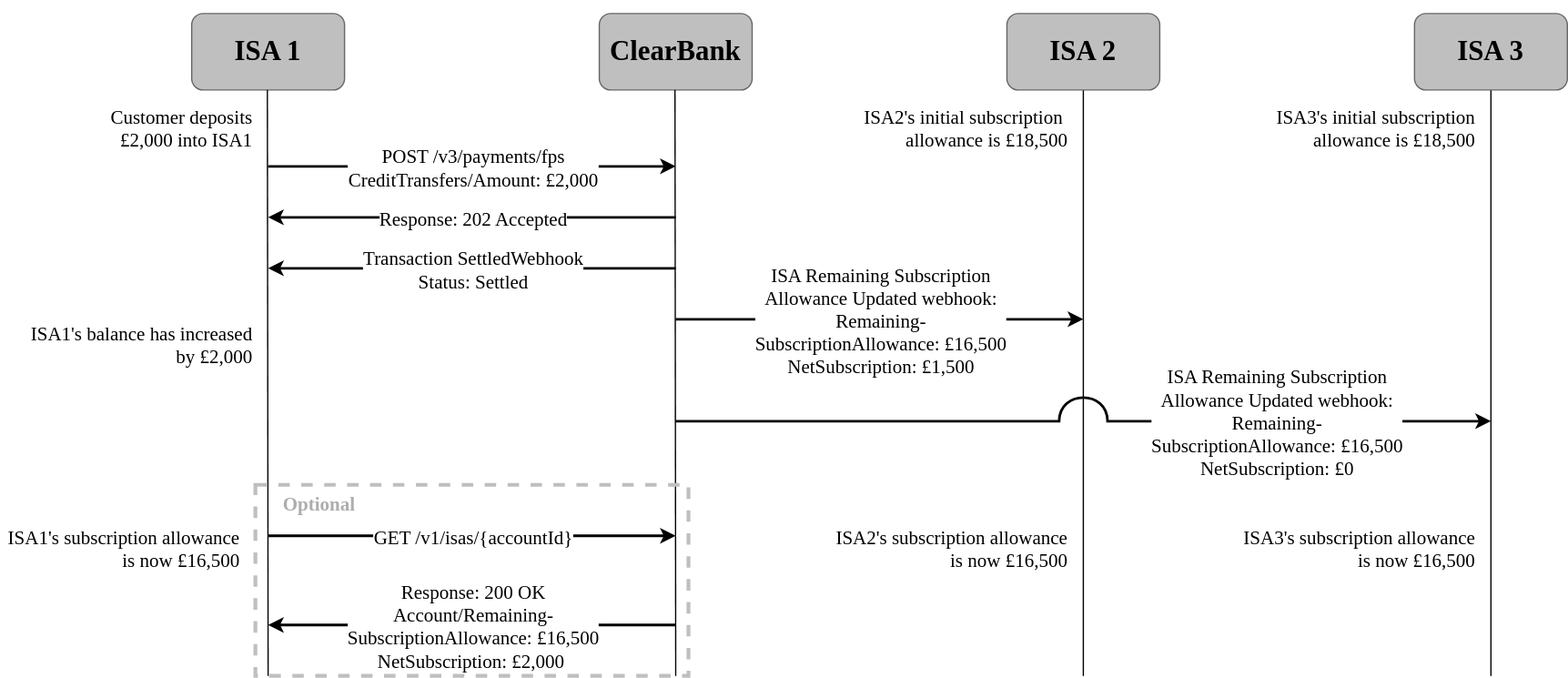
Before: static/assets/images/cash-isa-subscription-updated.svg, a diagram exported from draw.io (clearbank/clearbank.github.io). Source tidied: cells renumbered, new cells last; positions are measured from the earlier drawing's top-left corner, leaving out a move shared by most shapes.
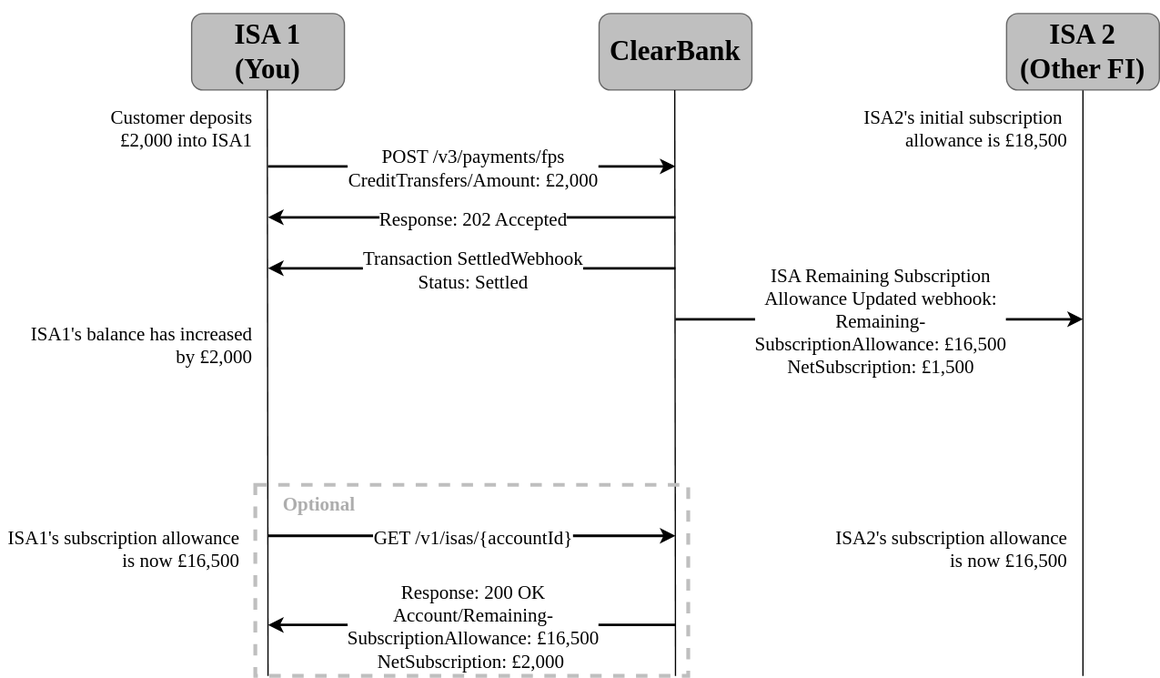
After the change.

Change to the diagram source:
```diff
@@ -14,7 +14,7 @@
         </Array>
       </mxGeometry>
     </mxCell>
-    <mxCell id="4" value="ISA 1" style="rounded=1;whiteSpace=wrap;html=1;strokeColor=#666666;fillColor=#BFBFBF;gradientColor=none;fontFamily=Clear Sans Display;fontStyle=1;fontSize=22;" parent="1" vertex="1">
+    <mxCell id="4" value="ISA 1&lt;br&gt;(You)" style="rounded=1;whiteSpace=wrap;html=1;strokeColor=#666666;fillColor=#BFBFBF;gradientColor=none;fontFamily=Clear Sans Display;fontStyle=1;fontSize=22;" parent="1" vertex="1">
       <mxGeometry x="150" y="10" width="120" height="60" as="geometry" />
     </mxCell>
     <mxCell id="5" style="endArrow=classic;html=1;rounded=0;strokeWidth=2;fontFamily=Clear Sans Text;" parent="1" edge="1">
@@ -50,7 +50,7 @@
         <mxPoint x="850" y="530" as="targetPoint" />
       </mxGeometry>
     </mxCell>
-    <mxCell id="12" value="ISA 2" style="rounded=1;whiteSpace=wrap;html=1;strokeColor=#666666;fillColor=#BFBFBF;gradientColor=none;fontFamily=Clear Sans Display;fontStyle=1;fontSize=22;" parent="1" vertex="1">
+    <mxCell id="12" value="ISA 2&lt;br&gt;(Other FI)" style="rounded=1;whiteSpace=wrap;html=1;strokeColor=#666666;fillColor=#BFBFBF;gradientColor=none;fontFamily=Clear Sans Display;fontStyle=1;fontSize=22;" parent="1" vertex="1">
       <mxGeometry x="790" y="10" width="120" height="60" as="geometry" />
     </mxCell>
     <mxCell id="13" style="edgeStyle=orthogonalEdgeStyle;rounded=0;orthogonalLoop=1;jettySize=auto;html=1;endArrow=none;endFill=0;fontFamily=Clear Sans Text;" parent="1" edge="1">
@@ -62,14 +62,6 @@
         </Array>
       </mxGeometry>
     </mxCell>
-    <mxCell id="14" style="edgeStyle=orthogonalEdgeStyle;rounded=0;jettySize=auto;html=1;endArrow=none;endFill=0;fontFamily=Clear Sans Text;" parent="1" edge="1" source="15">
-      <mxGeometry relative="1" as="geometry">
-        <mxPoint x="1170" y="530" as="targetPoint" />
-      </mxGeometry>
-    </mxCell>
-    <mxCell id="15" value="ISA 3" style="rounded=1;whiteSpace=wrap;html=1;strokeColor=#666666;fillColor=#BFBFBF;gradientColor=none;fontFamily=Clear Sans Display;fontStyle=1;fontSize=22;" parent="1" vertex="1">
-      <mxGeometry x="1110" y="10" width="120" height="60" as="geometry" />
-    </mxCell>
     <mxCell id="16" style="endArrow=classic;html=1;rounded=0;strokeWidth=2;fontFamily=Clear Sans Text;" parent="1" edge="1">
       <mxGeometry relative="1" as="geometry">
         <mxPoint x="530" y="210" as="sourcePoint" />
@@ -95,26 +87,9 @@
     <mxCell id="20" value="ISA2's initial subscription&amp;nbsp; allowance is £18,500" style="text;html=1;strokeColor=none;fillColor=none;align=right;verticalAlign=middle;whiteSpace=wrap;rounded=0;fontFamily=Clear Sans Text;fontSize=15;labelBackgroundColor=default;" parent="1" vertex="1">
       <mxGeometry x="650" y="80" width="190" height="40" as="geometry" />
     </mxCell>
-    <mxCell id="21" value="ISA3's&amp;nbsp;initial subscription allowance is £18,500" style="text;html=1;strokeColor=none;fillColor=none;align=right;verticalAlign=middle;whiteSpace=wrap;rounded=0;fontFamily=Clear Sans Text;fontSize=15;labelBackgroundColor=default;" parent="1" vertex="1">
-      <mxGeometry x="970" y="80" width="190" height="40" as="geometry" />
-    </mxCell>
-    <mxCell id="22" style="endArrow=classic;html=1;rounded=0;strokeWidth=2;fontFamily=Clear Sans Text;jumpStyle=arc;jumpSize=36;spacing=2;" parent="1" edge="1">
-      <mxGeometry relative="1" as="geometry">
-        <mxPoint x="530" y="330" as="sourcePoint" />
-        <mxPoint x="1170" y="330" as="targetPoint" />
-      </mxGeometry>
-    </mxCell>
-    <mxCell id="23" value="&lt;div style=&quot;&quot;&gt;ISA Remaining Subscription&lt;br&gt;Allowance Updated webhook:&lt;br&gt;Remaining-&lt;br&gt;SubscriptionAllowance:&amp;nbsp;&lt;span style=&quot;text-align: right; text-wrap: wrap;&quot;&gt;£&lt;/span&gt;&lt;span style=&quot;text-align: right; text-wrap: wrap;&quot;&gt;16,500&lt;/span&gt;&lt;span style=&quot;text-align: right; text-wrap: wrap;&quot;&gt;&lt;br&gt;&lt;/span&gt;NetSubscription: £0&lt;span style=&quot;text-align: right; text-wrap: wrap;&quot;&gt;&lt;br&gt;&lt;/span&gt;&lt;/div&gt;" style="edgeLabel;html=1;align=center;verticalAlign=middle;fontFamily=Clear Sans Text;fontSize=15;" parent="22" vertex="1">
-      <mxGeometry x="0.09" y="-1" relative="1" as="geometry">
-        <mxPoint x="123" y="-1" as="offset" />
-      </mxGeometry>
-    </mxCell>
     <mxCell id="24" value="ISA2's subscription allowance&lt;br&gt;is now £16,500" style="text;html=1;strokeColor=none;fillColor=none;align=right;verticalAlign=middle;whiteSpace=wrap;rounded=0;fontFamily=Clear Sans Text;fontSize=15;labelBackgroundColor=default;" parent="1" vertex="1">
       <mxGeometry x="590" y="410" width="250" height="40" as="geometry" />
     </mxCell>
-    <mxCell id="25" value="ISA3's subscription allowance&lt;br&gt;is now £16,500" style="text;html=1;strokeColor=none;fillColor=none;align=right;verticalAlign=middle;whiteSpace=wrap;rounded=0;fontFamily=Clear Sans Text;fontSize=15;labelBackgroundColor=default;" parent="1" vertex="1">
-      <mxGeometry x="930" y="410" width="230" height="40" as="geometry" />
-    </mxCell>
     <mxCell id="26" value="&lt;span style=&quot;text-align: center; text-wrap: nowrap; background-color: rgb(255, 255, 255);&quot;&gt;Customer&amp;nbsp;&lt;/span&gt;&lt;span style=&quot;text-align: center; text-wrap: nowrap; background-color: rgb(255, 255, 255);&quot;&gt;deposits&lt;br&gt;&amp;nbsp;£2,000 into ISA1&lt;/span&gt;" style="text;html=1;strokeColor=none;fillColor=none;align=right;verticalAlign=middle;whiteSpace=wrap;rounded=0;fontFamily=Clear Sans Text;fontSize=15;" parent="1" vertex="1">
       <mxGeometry x="10" y="80" width="190" height="40" as="geometry" />
     </mxCell>
```
